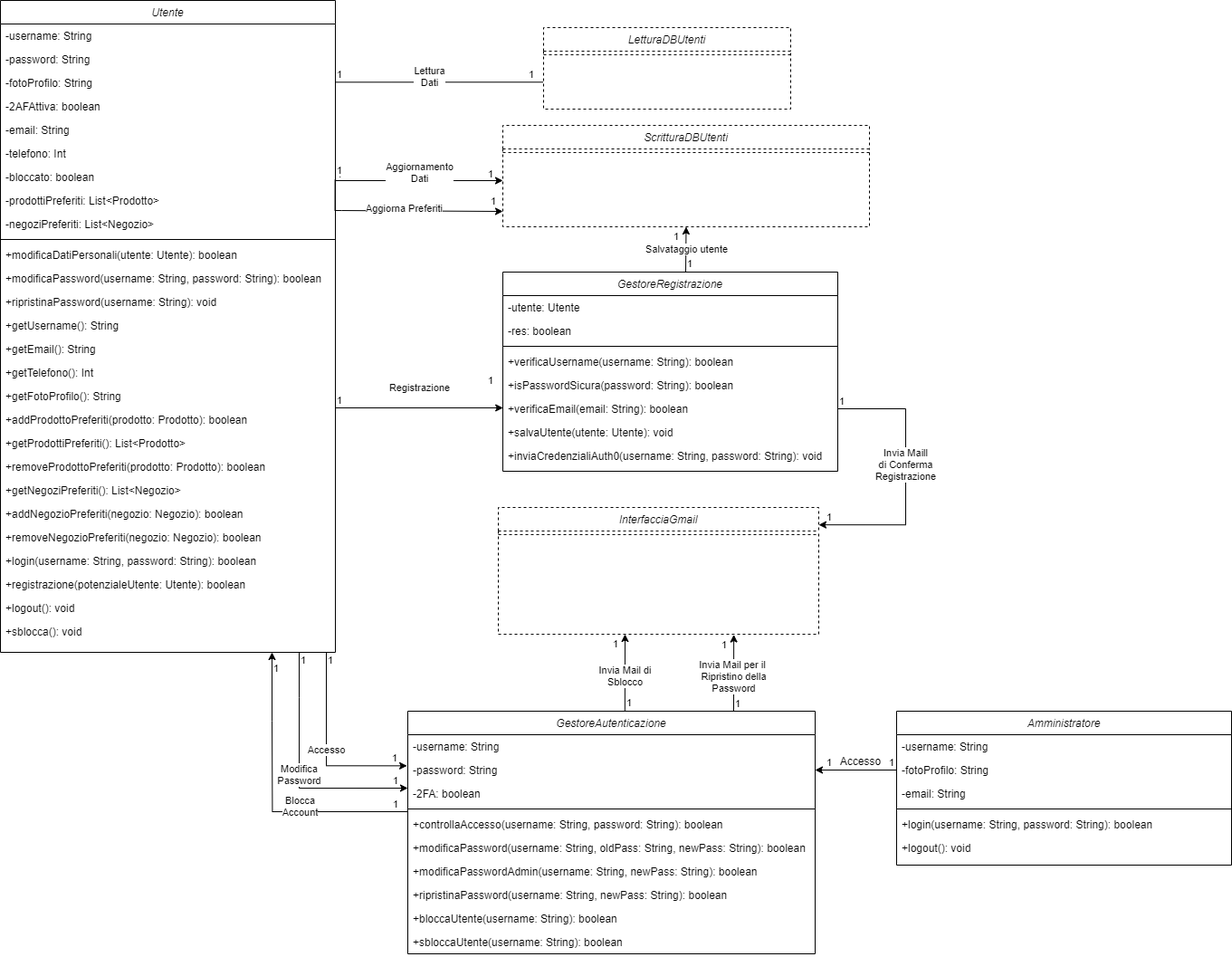
Earlier version of the draw.io export UML/DiagrammaClassiAutenticazioneRegistrazione.png (G15-UniTN/iSpesa). Source tidied: cells renumbered, new cells last; positions are measured from the earlier drawing's top-left corner, leaving out a move shared by most shapes.
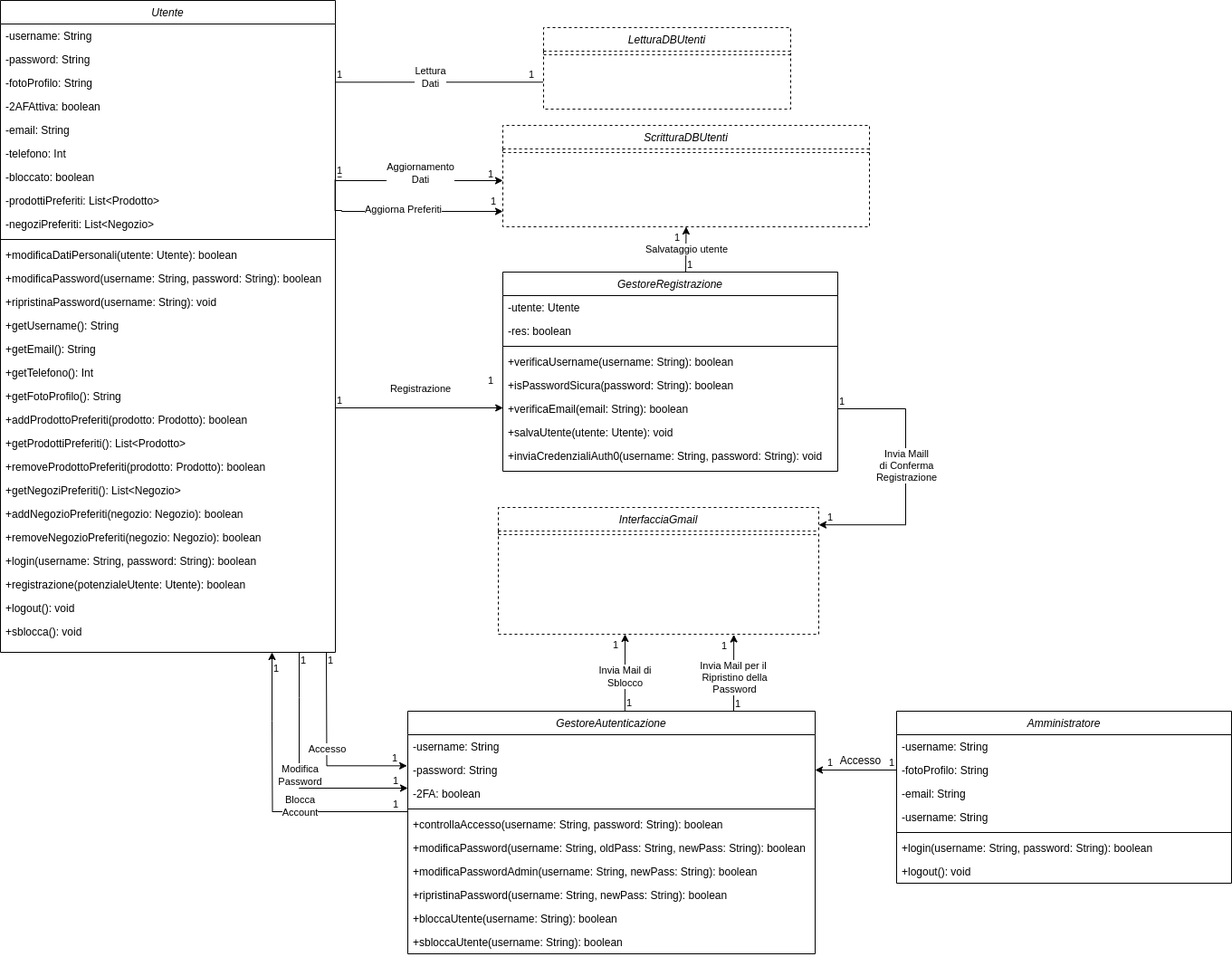
The same file after the commit.

Diff of the diagram source:
```diff
@@ -161,7 +161,7 @@
       <mxGeometry y="242" width="450" height="26" as="geometry" />
     </mxCell>
     <mxCell id="53" value="Amministratore" style="swimlane;fontStyle=2;align=center;verticalAlign=top;horizontal=1;startSize=26;rounded=0;shadow=0;strokeWidth=1;" parent="1" vertex="1">
-      <mxGeometry x="990" y="785" width="370" height="170" as="geometry" />
+      <mxGeometry x="990" y="785" width="370" height="190" as="geometry" />
     </mxCell>
     <mxCell id="54" value="-username: String" style="text;align=left;verticalAlign=top;spacingLeft=4;spacingRight=4;overflow=hidden;" parent="53" vertex="1">
       <mxGeometry y="26" width="370" height="26" as="geometry" />
@@ -172,14 +172,17 @@
     <mxCell id="56" value="-email: String" style="text;align=left;verticalAlign=top;spacingLeft=4;spacingRight=4;overflow=hidden;" parent="53" vertex="1">
       <mxGeometry y="78" width="370" height="26" as="geometry" />
     </mxCell>
+    <mxCell id="111" value="-username: String" style="text;align=left;verticalAlign=top;spacingLeft=4;spacingRight=4;overflow=hidden;" parent="53" vertex="1">
+      <mxGeometry y="104" width="370" height="26" as="geometry" />
+    </mxCell>
     <mxCell id="57" style="line;html=1;strokeWidth=1;align=left;verticalAlign=middle;spacingTop=-1;spacingLeft=3;spacingRight=3;labelPosition=right;" parent="53" vertex="1">
-      <mxGeometry y="104" width="370" height="8" as="geometry" />
+      <mxGeometry y="130" width="370" height="8" as="geometry" />
     </mxCell>
     <mxCell id="58" value="+login(username: String, password: String): boolean" style="text;align=left;verticalAlign=top;spacingLeft=4;spacingRight=4;overflow=hidden;" parent="53" vertex="1">
-      <mxGeometry y="112" width="370" height="26" as="geometry" />
+      <mxGeometry y="138" width="370" height="26" as="geometry" />
     </mxCell>
     <mxCell id="59" value="+logout(): void" style="text;align=left;verticalAlign=top;spacingLeft=4;spacingRight=4;overflow=hidden;" parent="53" vertex="1">
-      <mxGeometry y="138" width="370" height="26" as="geometry" />
+      <mxGeometry y="164" width="370" height="26" as="geometry" />
     </mxCell>
     <mxCell id="60" style="endArrow=classic;html=1;entryX=0.014;entryY=0.25;entryDx=0;entryDy=0;entryPerimeter=0;" parent="1" edge="1">
       <mxGeometry relative="1" as="geometry">
```
